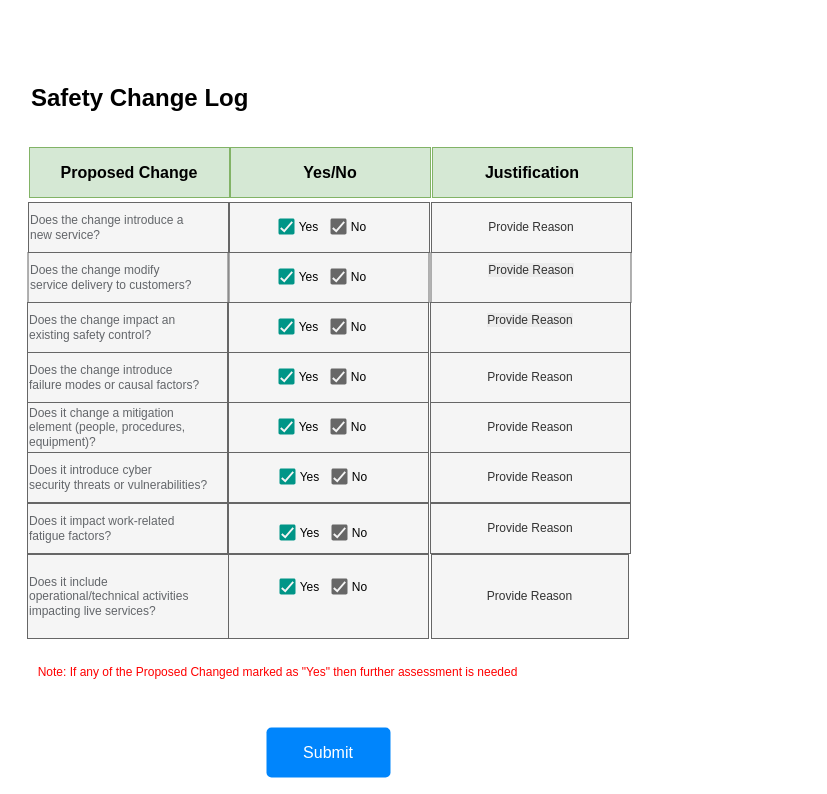
Before: page "Assessment" (5 of 9) of SQE.drawio in AvikM1996/draw.io, a draw.io diagram. Source tidied: cells renumbered, new cells numbered last; positions are measured from the earlier drawing's top-left corner, leaving out a move shared by most shapes. Both pictures are drawn from the tidied source at 100%, with x=0, y=0 at pixel (27, 77).
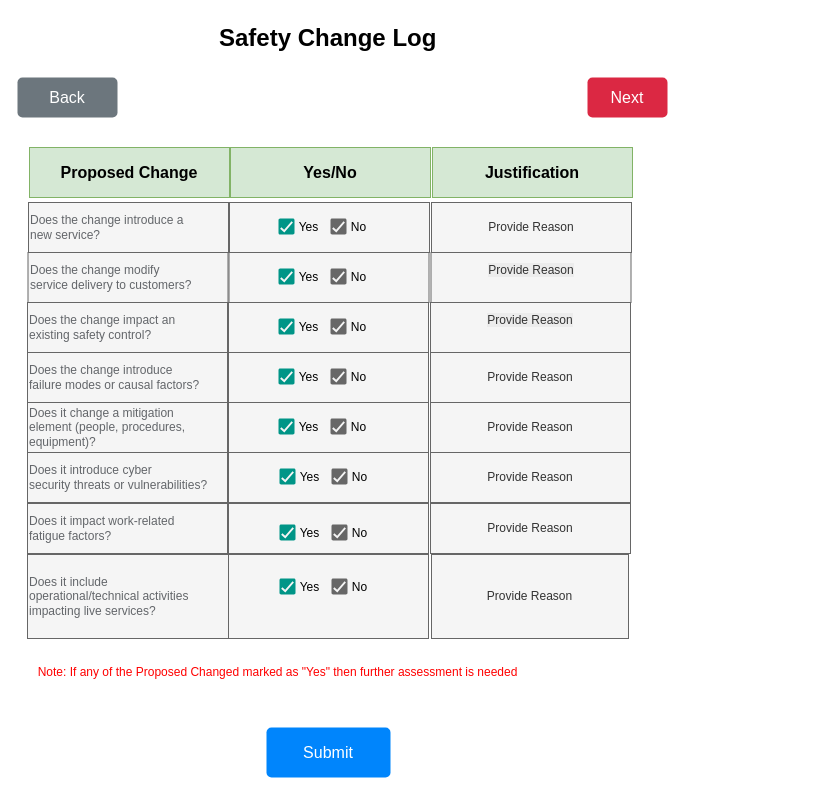
Above is the later version.

Diff of the diagram source:
```diff
@@
     <mxCell id="2" value="&lt;h1 style=&quot;margin-top: 0px;&quot;&gt;Safety Change Log&lt;/h1&gt;&lt;p&gt;&lt;br&gt;&lt;/p&gt;" style="text;html=1;whiteSpace=wrap;overflow=hidden;rounded=0;" parent="1" vertex="1">
-      <mxGeometry x="2" width="780" height="60" as="geometry" />
+      <mxGeometry x="190" y="-60" width="310" height="60" as="geometry" />
     </mxCell>
@@
+    <mxCell id="64" value="Back" style="html=1;shadow=0;dashed=0;shape=mxgraph.bootstrap.rrect;rSize=5;strokeColor=none;strokeWidth=1;fillColor=#6C767D;fontColor=#FFFFFF;whiteSpace=wrap;align=center;verticalAlign=middle;spacingLeft=0;fontStyle=0;fontSize=16;spacing=5;" parent="1" vertex="1">
+      <mxGeometry x="-10" width="100" height="40" as="geometry" />
+    </mxCell>
+    <mxCell id="65" value="Next" style="html=1;shadow=0;dashed=0;shape=mxgraph.bootstrap.rrect;rSize=5;strokeColor=none;strokeWidth=1;fillColor=#DB2843;fontColor=#FFFFFF;whiteSpace=wrap;align=center;verticalAlign=middle;spacingLeft=0;fontStyle=0;fontSize=16;spacing=5;" parent="1" vertex="1">
+      <mxGeometry x="560" width="80" height="40" as="geometry" />
+    </mxCell>
```
